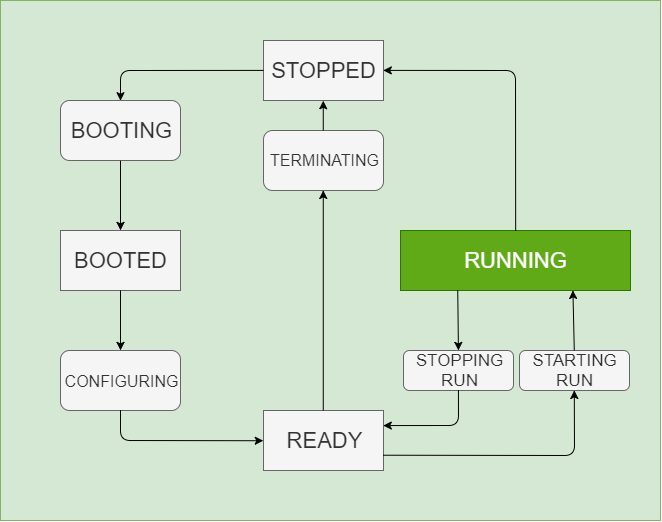
Earlier version of the draw.io export artdaq-runcontrol/resources/images/StateDiagram_running.png (ikatza/ArtDaq-RunControl-GUI). Source tidied: cells renumbered, new cells last; positions are measured from the earlier drawing's top-left corner, leaving out a move shared by most shapes. Its diagram source:
```xml
<mxGraphModel>
  <root>
    <mxCell id="0" />
    <mxCell id="1" parent="0" />
    <mxCell id="2" style="rounded=0;whiteSpace=wrap;html=1;fillColor=#d5e8d4;strokeColor=#82b366;" parent="1" vertex="1">
      <mxGeometry width="660" height="520" as="geometry" />
    </mxCell>
    <mxCell id="3" value="&lt;span&gt;&lt;font style=&quot;font-size: 22px&quot;&gt;STOPPED&lt;/font&gt;&lt;/span&gt;" style="rounded=0;whiteSpace=wrap;html=1;fillColor=#f5f5f5;strokeColor=#666666;fontColor=#333333;" parent="1" vertex="1">
      <mxGeometry x="263" y="40" width="120" height="60" as="geometry" />
    </mxCell>
    <mxCell id="4" value="&lt;span&gt;&lt;font style=&quot;font-size: 22px&quot;&gt;BOOTED&lt;/font&gt;&lt;/span&gt;" style="rounded=0;whiteSpace=wrap;html=1;fillColor=#f5f5f5;strokeColor=#666666;fontColor=#333333;" parent="1" vertex="1">
      <mxGeometry x="60" y="230" width="120" height="60" as="geometry" />
    </mxCell>
    <mxCell id="5" value="&lt;span&gt;&lt;font style=&quot;font-size: 22px&quot;&gt;READY&lt;/font&gt;&lt;/span&gt;" style="rounded=0;whiteSpace=wrap;html=1;fillColor=#f5f5f5;strokeColor=#666666;fontColor=#333333;" parent="1" vertex="1">
      <mxGeometry x="263" y="410" width="120" height="60" as="geometry" />
    </mxCell>
    <mxCell id="6" value="&lt;font style=&quot;font-size: 22px&quot;&gt;BOOTING&lt;/font&gt;" style="rounded=1;whiteSpace=wrap;html=1;fillColor=#f5f5f5;strokeColor=#666666;fontColor=#333333;" parent="1" vertex="1">
      <mxGeometry x="60" y="100" width="120" height="60" as="geometry" />
    </mxCell>
    <mxCell id="7" value="&lt;span&gt;&lt;font style=&quot;font-size: 22px&quot;&gt;RUNNING&lt;/font&gt;&lt;/span&gt;" style="rounded=0;whiteSpace=wrap;html=1;fillColor=#60a917;strokeColor=#2D7600;fontColor=#ffffff;" parent="1" vertex="1">
      <mxGeometry x="400" y="230" width="230" height="60" as="geometry" />
    </mxCell>
    <mxCell id="8" value="&lt;font style=&quot;font-size: 16px&quot;&gt;CONFIGURING&lt;/font&gt;" style="rounded=1;whiteSpace=wrap;html=1;fillColor=#f5f5f5;strokeColor=#666666;fontColor=#333333;" parent="1" vertex="1">
      <mxGeometry x="60" y="350" width="120" height="60" as="geometry" />
    </mxCell>
    <mxCell id="9" style="endArrow=classic;html=1;exitX=0;exitY=0.5;exitDx=0;exitDy=0;entryX=0.5;entryY=0;entryDx=0;entryDy=0;" parent="1" edge="1" source="3" target="6">
      <mxGeometry relative="1" as="geometry">
        <Array as="points">
          <mxPoint x="120" y="70" />
        </Array>
      </mxGeometry>
    </mxCell>
    <mxCell id="10" style="endArrow=classic;html=1;exitX=0.5;exitY=1;exitDx=0;exitDy=0;entryX=0.5;entryY=0;entryDx=0;entryDy=0;" parent="1" edge="1" source="6" target="4">
      <mxGeometry relative="1" as="geometry" />
    </mxCell>
    <mxCell id="11" style="endArrow=classic;html=1;exitX=0.5;exitY=1;exitDx=0;exitDy=0;entryX=0.5;entryY=0;entryDx=0;entryDy=0;" parent="1" edge="1" source="4" target="8">
      <mxGeometry relative="1" as="geometry" />
    </mxCell>
    <mxCell id="12" style="endArrow=classic;html=1;exitX=0.5;exitY=1;exitDx=0;exitDy=0;entryX=0;entryY=0.5;entryDx=0;entryDy=0;" parent="1" edge="1" source="8" target="5">
      <mxGeometry relative="1" as="geometry">
        <Array as="points">
          <mxPoint x="120" y="440" />
        </Array>
      </mxGeometry>
    </mxCell>
    <mxCell id="13" value="&lt;font style=&quot;font-size: 17px&quot;&gt;STARTING&lt;br&gt;RUN&lt;br&gt;&lt;/font&gt;" style="rounded=1;whiteSpace=wrap;html=1;fillColor=#f5f5f5;strokeColor=#666666;fontColor=#333333;" parent="1" vertex="1">
      <mxGeometry x="519" y="350" width="110" height="40" as="geometry" />
    </mxCell>
    <mxCell id="14" style="endArrow=classic;html=1;entryX=1;entryY=0.5;entryDx=0;entryDy=0;exitX=0.5;exitY=0;exitDx=0;exitDy=0;" parent="1" edge="1" source="7" target="3">
      <mxGeometry relative="1" as="geometry">
        <Array as="points">
          <mxPoint x="515" y="70" />
        </Array>
      </mxGeometry>
    </mxCell>
    <mxCell id="15" value="&lt;font style=&quot;font-size: 17px&quot;&gt;STOPPING&lt;br&gt;RUN&lt;br&gt;&lt;/font&gt;" style="rounded=1;whiteSpace=wrap;html=1;fillColor=#f5f5f5;strokeColor=#666666;fontColor=#333333;" parent="1" vertex="1">
      <mxGeometry x="403" y="350" width="110" height="40" as="geometry" />
    </mxCell>
    <mxCell id="16" style="endArrow=classic;html=1;entryX=0.75;entryY=1;entryDx=0;entryDy=0;exitX=0.5;exitY=0;exitDx=0;exitDy=0;" parent="1" edge="1" source="13" target="7">
      <mxGeometry relative="1" as="geometry" />
    </mxCell>
    <mxCell id="17" style="endArrow=classic;html=1;exitX=0.25;exitY=1;exitDx=0;exitDy=0;entryX=0.5;entryY=0;entryDx=0;entryDy=0;" parent="1" edge="1" source="7" target="15">
      <mxGeometry relative="1" as="geometry" />
    </mxCell>
    <mxCell id="18" style="endArrow=classic;html=1;entryX=0.5;entryY=1;entryDx=0;entryDy=0;exitX=1;exitY=0.75;exitDx=0;exitDy=0;" parent="1" edge="1" source="5" target="13">
      <mxGeometry relative="1" as="geometry">
        <Array as="points">
          <mxPoint x="574" y="455" />
        </Array>
      </mxGeometry>
    </mxCell>
    <mxCell id="19" style="endArrow=classic;html=1;exitX=0.5;exitY=1;exitDx=0;exitDy=0;entryX=1;entryY=0.25;entryDx=0;entryDy=0;" parent="1" edge="1" source="15" target="5">
      <mxGeometry relative="1" as="geometry">
        <Array as="points">
          <mxPoint x="458" y="425" />
        </Array>
      </mxGeometry>
    </mxCell>
    <mxCell id="20" value="&lt;font style=&quot;font-size: 16px&quot;&gt;TERMINATING&lt;/font&gt;" style="rounded=1;whiteSpace=wrap;html=1;fillColor=#f5f5f5;strokeColor=#666666;fontColor=#333333;" parent="1" vertex="1">
      <mxGeometry x="263" y="130" width="120" height="60" as="geometry" />
    </mxCell>
    <mxCell id="21" style="endArrow=classic;html=1;entryX=0.5;entryY=1;entryDx=0;entryDy=0;exitX=0.5;exitY=0;exitDx=0;exitDy=0;" parent="1" edge="1" source="20" target="3">
      <mxGeometry relative="1" as="geometry" />
    </mxCell>
    <mxCell id="22" style="endArrow=classic;html=1;entryX=0.5;entryY=1;entryDx=0;entryDy=0;exitX=0.5;exitY=0;exitDx=0;exitDy=0;" parent="1" edge="1" source="5" target="20">
      <mxGeometry relative="1" as="geometry" />
    </mxCell>
  </root>
</mxGraphModel>
```
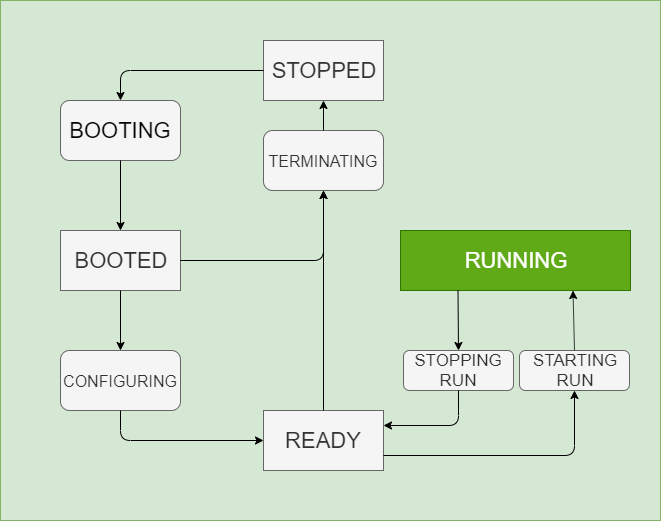
After the commit.

Diff of the diagram source:
```diff
@@ -14,7 +14,7 @@
     <mxCell id="5" value="&lt;span&gt;&lt;font style=&quot;font-size: 22px&quot;&gt;READY&lt;/font&gt;&lt;/span&gt;" style="rounded=0;whiteSpace=wrap;html=1;fillColor=#f5f5f5;strokeColor=#666666;fontColor=#333333;" parent="1" vertex="1">
       <mxGeometry x="263" y="410" width="120" height="60" as="geometry" />
     </mxCell>
-    <mxCell id="6" value="&lt;font style=&quot;font-size: 22px&quot;&gt;BOOTING&lt;/font&gt;" style="rounded=1;whiteSpace=wrap;html=1;fillColor=#f5f5f5;strokeColor=#666666;fontColor=#333333;" parent="1" vertex="1">
+    <mxCell id="6" value="&lt;font style=&quot;font-size: 22px&quot;&gt;BOOTING&lt;/font&gt;" style="rounded=1;whiteSpace=wrap;html=1;fillColor=#f5f5f5;strokeColor=#666666;" parent="1" vertex="1">
       <mxGeometry x="60" y="100" width="120" height="60" as="geometry" />
     </mxCell>
     <mxCell id="7" value="&lt;span&gt;&lt;font style=&quot;font-size: 22px&quot;&gt;RUNNING&lt;/font&gt;&lt;/span&gt;" style="rounded=0;whiteSpace=wrap;html=1;fillColor=#60a917;strokeColor=#2D7600;fontColor=#ffffff;" parent="1" vertex="1">
@@ -46,44 +46,44 @@
     <mxCell id="13" value="&lt;font style=&quot;font-size: 17px&quot;&gt;STARTING&lt;br&gt;RUN&lt;br&gt;&lt;/font&gt;" style="rounded=1;whiteSpace=wrap;html=1;fillColor=#f5f5f5;strokeColor=#666666;fontColor=#333333;" parent="1" vertex="1">
       <mxGeometry x="519" y="350" width="110" height="40" as="geometry" />
     </mxCell>
-    <mxCell id="14" style="endArrow=classic;html=1;entryX=1;entryY=0.5;entryDx=0;entryDy=0;exitX=0.5;exitY=0;exitDx=0;exitDy=0;" parent="1" edge="1" source="7" target="3">
-      <mxGeometry relative="1" as="geometry">
-        <Array as="points">
-          <mxPoint x="515" y="70" />
-        </Array>
-      </mxGeometry>
+    <mxCell id="14" value="&lt;font style=&quot;font-size: 17px&quot;&gt;STOPPING&lt;br&gt;RUN&lt;br&gt;&lt;/font&gt;" style="rounded=1;whiteSpace=wrap;html=1;fillColor=#f5f5f5;strokeColor=#666666;fontColor=#333333;" parent="1" vertex="1">
+      <mxGeometry x="403" y="350" width="110" height="40" as="geometry" />
     </mxCell>
-    <mxCell id="15" value="&lt;font style=&quot;font-size: 17px&quot;&gt;STOPPING&lt;br&gt;RUN&lt;br&gt;&lt;/font&gt;" style="rounded=1;whiteSpace=wrap;html=1;fillColor=#f5f5f5;strokeColor=#666666;fontColor=#333333;" parent="1" vertex="1">
-      <mxGeometry x="403" y="350" width="110" height="40" as="geometry" />
+    <mxCell id="15" style="endArrow=classic;html=1;entryX=0.75;entryY=1;entryDx=0;entryDy=0;exitX=0.5;exitY=0;exitDx=0;exitDy=0;" parent="1" edge="1" source="13" target="7">
+      <mxGeometry relative="1" as="geometry" />
     </mxCell>
-    <mxCell id="16" style="endArrow=classic;html=1;entryX=0.75;entryY=1;entryDx=0;entryDy=0;exitX=0.5;exitY=0;exitDx=0;exitDy=0;" parent="1" edge="1" source="13" target="7">
+    <mxCell id="16" style="endArrow=classic;html=1;exitX=0.25;exitY=1;exitDx=0;exitDy=0;entryX=0.5;entryY=0;entryDx=0;entryDy=0;" parent="1" edge="1" source="7" target="14">
       <mxGeometry relative="1" as="geometry" />
     </mxCell>
-    <mxCell id="17" style="endArrow=classic;html=1;exitX=0.25;exitY=1;exitDx=0;exitDy=0;entryX=0.5;entryY=0;entryDx=0;entryDy=0;" parent="1" edge="1" source="7" target="15">
-      <mxGeometry relative="1" as="geometry" />
+    <mxCell id="17" style="endArrow=classic;html=1;entryX=0.5;entryY=1;entryDx=0;entryDy=0;exitX=1;exitY=0.75;exitDx=0;exitDy=0;" parent="1" edge="1" source="5" target="13">
+      <mxGeometry relative="1" as="geometry">
+        <Array as="points">
+          <mxPoint x="574" y="455" />
+        </Array>
+      </mxGeometry>
     </mxCell>
-    <mxCell id="18" style="endArrow=classic;html=1;entryX=0.5;entryY=1;entryDx=0;entryDy=0;exitX=1;exitY=0.75;exitDx=0;exitDy=0;" parent="1" edge="1" source="5" target="13">
+    <mxCell id="18" style="endArrow=classic;html=1;exitX=0.5;exitY=1;exitDx=0;exitDy=0;entryX=1;entryY=0.25;entryDx=0;entryDy=0;" parent="1" edge="1" source="14" target="5">
       <mxGeometry relative="1" as="geometry">
         <Array as="points">
-          <mxPoint x="574" y="455" />
+          <mxPoint x="458" y="425" />
         </Array>
       </mxGeometry>
     </mxCell>
-    <mxCell id="19" style="endArrow=classic;html=1;exitX=0.5;exitY=1;exitDx=0;exitDy=0;entryX=1;entryY=0.25;entryDx=0;entryDy=0;" parent="1" edge="1" source="15" target="5">
-      <mxGeometry relative="1" as="geometry">
-        <Array as="points">
-          <mxPoint x="458" y="425" />
-        </Array>
-      </mxGeometry>
+    <mxCell id="19" value="&lt;font style=&quot;font-size: 16px&quot;&gt;TERMINATING&lt;/font&gt;" style="rounded=1;whiteSpace=wrap;html=1;fillColor=#f5f5f5;strokeColor=#666666;fontColor=#333333;" parent="1" vertex="1">
+      <mxGeometry x="263" y="130" width="120" height="60" as="geometry" />
     </mxCell>
-    <mxCell id="20" value="&lt;font style=&quot;font-size: 16px&quot;&gt;TERMINATING&lt;/font&gt;" style="rounded=1;whiteSpace=wrap;html=1;fillColor=#f5f5f5;strokeColor=#666666;fontColor=#333333;" parent="1" vertex="1">
-      <mxGeometry x="263" y="130" width="120" height="60" as="geometry" />
+    <mxCell id="20" style="endArrow=classic;html=1;entryX=0.5;entryY=1;entryDx=0;entryDy=0;exitX=0.5;exitY=0;exitDx=0;exitDy=0;" parent="1" edge="1" source="19" target="3">
+      <mxGeometry relative="1" as="geometry" />
     </mxCell>
-    <mxCell id="21" style="endArrow=classic;html=1;entryX=0.5;entryY=1;entryDx=0;entryDy=0;exitX=0.5;exitY=0;exitDx=0;exitDy=0;" parent="1" edge="1" source="20" target="3">
+    <mxCell id="21" style="endArrow=classic;html=1;entryX=0.5;entryY=1;entryDx=0;entryDy=0;exitX=0.5;exitY=0;exitDx=0;exitDy=0;" parent="1" edge="1" source="5" target="19">
       <mxGeometry relative="1" as="geometry" />
     </mxCell>
-    <mxCell id="22" style="endArrow=classic;html=1;entryX=0.5;entryY=1;entryDx=0;entryDy=0;exitX=0.5;exitY=0;exitDx=0;exitDy=0;" parent="1" edge="1" source="5" target="20">
-      <mxGeometry relative="1" as="geometry" />
+    <mxCell id="22" style="endArrow=classic;html=1;exitX=1;exitY=0.5;exitDx=0;exitDy=0;entryX=0.5;entryY=1;entryDx=0;entryDy=0;" parent="1" edge="1" source="4" target="19">
+      <mxGeometry relative="1" as="geometry">
+        <Array as="points">
+          <mxPoint x="323" y="260" />
+        </Array>
+      </mxGeometry>
     </mxCell>
   </root>
 </mxGraphModel>
```
